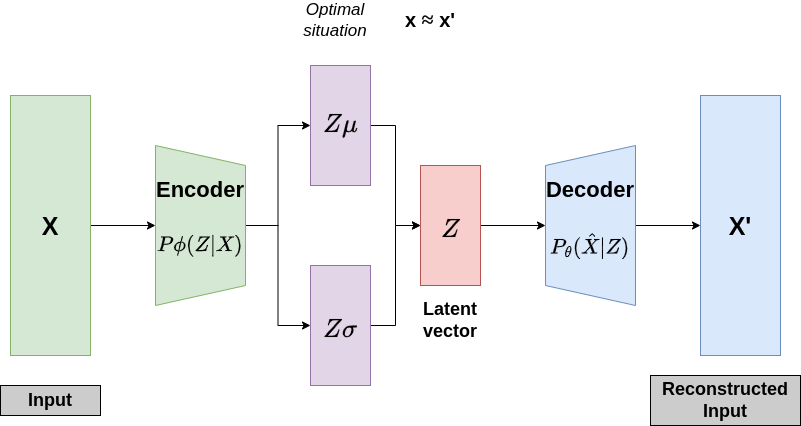
Earlier version of the draw.io export figures/vae.png (Jafagervik/master-thesis). Source tidied: cells renumbered, new cells last; positions are measured from the earlier drawing's top-left corner, leaving out a move shared by most shapes.
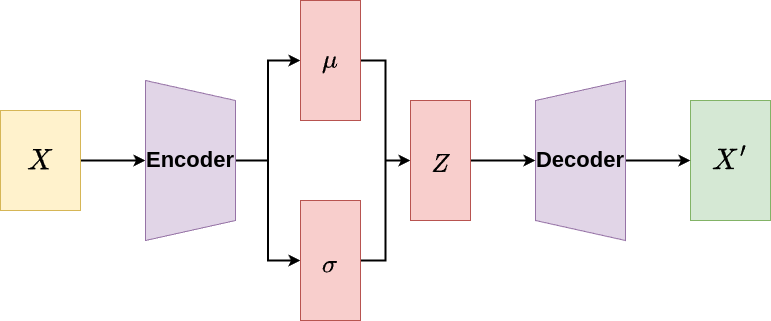
After the change.

What changed in the source:
```diff
@@ -2,83 +2,62 @@
   <root>
     <mxCell id="0" />
     <mxCell id="1" parent="0" />
-    <mxCell id="2" style="edgeStyle=orthogonalEdgeStyle;rounded=0;jettySize=auto;html=1;entryX=0.5;entryY=1;entryDx=0;entryDy=0;" parent="1" edge="1" source="3" target="8">
+    <mxCell id="2" style="edgeStyle=orthogonalEdgeStyle;rounded=0;jettySize=auto;html=1;entryX=0.5;entryY=1;entryDx=0;entryDy=0;strokeWidth=2;" parent="1" edge="1" source="3" target="8">
       <mxGeometry relative="1" as="geometry" />
     </mxCell>
-    <mxCell id="3" value="&lt;font style=&quot;font-size: 25px;&quot;&gt;&lt;b&gt;X&lt;/b&gt;&lt;/font&gt;" style="rounded=0;whiteSpace=wrap;html=1;fillColor=#d5e8d4;strokeColor=#82b366;" parent="1" vertex="1">
-      <mxGeometry x="10" y="90" width="80" height="260" as="geometry" />
+    <mxCell id="3" value="&lt;font style=&quot;font-size: 25px;&quot;&gt;&lt;b&gt;$$X$$&lt;/b&gt;&lt;/font&gt;" style="rounded=0;whiteSpace=wrap;html=1;fillColor=#fff2cc;strokeColor=#d6b656;" parent="1" vertex="1">
+      <mxGeometry x="10" y="170" width="80" height="100" as="geometry" />
     </mxCell>
-    <mxCell id="4" value="&lt;font style=&quot;font-size: 25px;&quot;&gt;&lt;b&gt;X'&lt;/b&gt;&lt;/font&gt;" style="rounded=0;whiteSpace=wrap;html=1;fillColor=#dae8fc;strokeColor=#6c8ebf;" parent="1" vertex="1">
-      <mxGeometry x="700" y="90" width="80" height="260" as="geometry" />
+    <mxCell id="4" value="&lt;font style=&quot;font-size: 25px;&quot;&gt;&lt;b&gt;$$X'$$&lt;/b&gt;&lt;/font&gt;" style="rounded=0;whiteSpace=wrap;html=1;fillColor=#d5e8d4;strokeColor=#82b366;" parent="1" vertex="1">
+      <mxGeometry x="700" y="160" width="80" height="120" as="geometry" />
     </mxCell>
-    <mxCell id="5" value="&lt;font style=&quot;&quot;&gt;&lt;b style=&quot;&quot;&gt;&lt;span style=&quot;font-size: 20px;&quot;&gt;x&amp;nbsp;&lt;/span&gt;&lt;span style=&quot;margin: 0px; padding: 0px; border: 0px; font-variant-numeric: inherit; font-variant-east-asian: inherit; font-variant-alternates: inherit; font-variant-position: inherit; font-stretch: inherit; line-height: inherit; font-family: Georgia, Cambria, &amp;quot;Times New Roman&amp;quot;, Times, serif; font-optical-sizing: inherit; font-kerning: inherit; font-feature-settings: inherit; font-variation-settings: inherit; vertical-align: baseline; box-sizing: inherit; --theme-base-primary-color-h: 209.18918919; --theme-base-primary-color-s: 71.15384615%; --theme-base-primary-color-l: 20.39215686%; --theme-primary-custom-100: hsl(var(--theme-base-primary-color-h), var(--theme-base-primary-color-s), calc(var(--theme-base-primary-color-l) + ((100% - var(--theme-base-primary-color-l)) * .9))); --theme-primary-custom-200: hsl(var(--theme-base-primary-color-h), var(--theme-base-primary-color-s), calc(var(--theme-base-primary-color-l) + ((100% - var(--theme-base-primary-color-l)) * .75))); --theme-primary-custom-300: hsl(var(--theme-base-primary-color-h), var(--theme-base-primary-color-s), calc(var(--theme-base-primary-color-l) + ((100% - var(--theme-base-primary-color-l)) * .5))); --theme-primary-custom-400: hsl(var(--theme-base-primary-color-h), var(--theme-base-primary-color-s), var(--theme-base-primary-color-l)); --theme-primary-custom-500: hsl(var(--theme-base-primary-color-h), var(--theme-base-primary-color-s), calc(var(--theme-base-primary-color-l) + (var(--theme-base-primary-color-l) * -.3))); --theme-primary-custom-600: hsl(var(--theme-base-primary-color-h), var(--theme-base-primary-color-s), calc(var(--theme-base-primary-color-l) + (var(--theme-base-primary-color-l) * -.6))); --theme-primary-custom: var(--theme-primary-custom-400); --theme-button-color: var(--theme-primary); --theme-button-hover-color: var(--theme-primary-400); --theme-button-hover-background-color: var(--theme-primary-100); --theme-button-active-background-color: var(--theme-primary-200); --theme-button-selected-color: var(--theme-primary-600); --theme-button-selected-background-color: var(--theme-primary-300); --theme-button-outlined-border-color: var(--theme-primary-400); --theme-button-outlined-selected-border-color: var(--theme-primary-500); --theme-button-primary-color: var(--white); --theme-button-primary-active-color: var(--white); --theme-button-primary-hover-color: var(--white); --theme-button-primary-selected-color: var(--white); --theme-button-primary-background-color: var(--theme-primary-400); --theme-button-primary-active-background-color: var(--theme-primary-600); --theme-button-primary-hover-background-color: var(--theme-primary-500); --theme-button-primary-selected-background-color: var(--theme-primary-600); --theme-background-color: var(--white); --theme-background-position: top left; --theme-background-repeat: repeat; --theme-background-size: auto; --theme-background-attachment: auto; --theme-content-background-color: var(--white); --theme-content-border-color: hsl(210,8%,90%); --theme-header-background-color: transparent; --theme-header-background-position: center left; --theme-header-background-repeat: repeat; --theme-header-background-size: auto; --theme-header-background-border-bottom: 0; --theme-header-link-color: #3F5681; --theme-header-sponsored-color: hsla(0,0%,100%,0.4); --theme-header-foreground-color: transparent; --theme-header-foreground-position: bottom right; --theme-header-foreground-repeat: no-repeat; --theme-header-foreground-size: auto; --theme-footer-background-color: transparent; --theme-footer-background-position: top left; --theme-footer-background-repeat: no-repeat; --theme-footer-background-size: auto; --theme-footer-background-border-top: 0; --theme-footer-title-color: var(--black); --theme-footer-text-color: var(--black-300); --theme-footer-link-color: var(--blue-500); --theme-footer-link-color-hover: var(--blue-500); --theme-footer-divider-color: var(--black-225); --theme-footer-padding-top: 0; --theme-footer-padding-bottom: 0; --theme-link-color: #569CD2; --theme-link-color-hover: #367AD3; --theme-link-color-visited: rgba(86,156,210,0.8); --theme-tag-color: var(--theme-secondary-500); --theme-tag-background-color: var(--theme-secondary-100); --theme-tag-border-color: transparent; --theme-tag-hover-color: var(--theme-secondary-600); --theme-tag-hover-background-color: var(--theme-secondary-200); --theme-tag-hover-border-color: transparent; --theme-tag-required-color: var(--white); --theme-tag-required-background-color: var(--theme-secondary-500); --theme-tag-required-border-color: transparent; --theme-tag-required-hover-color: var(--white); --theme-tag-required-hover-background-color: var(--theme-secondary-400); --theme-tag-required-hover-border-color: transparent; --theme-body-font-family: var(--ff-sans); --theme-body-font-color: var(--black-600); --theme-post-title-font-family: var(--ff-serif); --theme-post-title-color: #0F3559; --theme-post-title-color-hover: var(--theme-link-color-hover); --theme-post-title-color-visited: var(--theme-link-color-visited); --theme-post-body-font-family: var(--ff-serif); --theme-post-owner-background-color: var(--theme-primary-100); --theme-post-owner-new-background-color: var(--theme-primary-200); --theme-topbar-bottom-border: none; color: rgb(12, 13, 14); text-align: left; background-color: rgb(255, 255, 255);&quot;&gt;&lt;font style=&quot;font-size: 22px;&quot;&gt;≈&lt;/font&gt;&lt;/span&gt;&lt;span style=&quot;font-size: 20px;&quot;&gt;&amp;nbsp;x'&lt;/span&gt;&lt;/b&gt;&lt;/font&gt;" style="text;html=1;align=center;verticalAlign=middle;whiteSpace=wrap;rounded=0;" parent="1" vertex="1">
-      <mxGeometry x="400" width="60" height="30" as="geometry" />
-    </mxCell>
-    <mxCell id="6" style="edgeStyle=orthogonalEdgeStyle;rounded=0;jettySize=auto;html=1;entryX=0.5;entryY=0;entryDx=0;entryDy=0;" parent="1" edge="1" source="8" target="14">
+    <mxCell id="6" style="edgeStyle=orthogonalEdgeStyle;rounded=0;jettySize=auto;html=1;entryX=0.5;entryY=0;entryDx=0;entryDy=0;strokeWidth=2;" parent="1" edge="1" source="8" target="14">
       <mxGeometry relative="1" as="geometry" />
     </mxCell>
-    <mxCell id="7" style="edgeStyle=orthogonalEdgeStyle;rounded=0;jettySize=auto;html=1;entryX=0.5;entryY=0;entryDx=0;entryDy=0;" parent="1" edge="1" source="8" target="18">
+    <mxCell id="7" style="edgeStyle=orthogonalEdgeStyle;rounded=0;jettySize=auto;html=1;entryX=0.5;entryY=0;entryDx=0;entryDy=0;strokeWidth=2;" parent="1" edge="1" source="8" target="18">
       <mxGeometry relative="1" as="geometry" />
     </mxCell>
-    <mxCell id="8" style="shape=trapezoid;perimeter=trapezoidPerimeter;whiteSpace=wrap;html=1;fixedSize=1;rotation=90;fillColor=#d5e8d4;strokeColor=#82b366;" parent="1" vertex="1">
+    <mxCell id="8" style="shape=trapezoid;perimeter=trapezoidPerimeter;whiteSpace=wrap;html=1;fixedSize=1;rotation=90;fillColor=#e1d5e7;strokeColor=#9673a6;" parent="1" vertex="1">
       <mxGeometry x="120" y="175" width="160" height="90" as="geometry" />
     </mxCell>
-    <mxCell id="9" value="&lt;font style=&quot;font-size: 18px;&quot;&gt;&lt;b&gt;Input&lt;/b&gt;&lt;/font&gt;" style="rounded=0;whiteSpace=wrap;html=1;fillColor=#CCCCCC;" parent="1" vertex="1">
-      <mxGeometry y="380" width="100" height="30" as="geometry" />
-    </mxCell>
-    <mxCell id="10" value="&lt;font style=&quot;font-size: 18px;&quot;&gt;&lt;b&gt;Reconstructed Input&lt;/b&gt;&lt;/font&gt;" style="rounded=0;whiteSpace=wrap;html=1;fillColor=#CCCCCC;" parent="1" vertex="1">
-      <mxGeometry x="650" y="370" width="150" height="50" as="geometry" />
-    </mxCell>
-    <mxCell id="11" value="&lt;i&gt;&lt;font style=&quot;font-size: 17px;&quot;&gt;Optimal situation&lt;/font&gt;&lt;/i&gt;" style="text;html=1;align=center;verticalAlign=middle;whiteSpace=wrap;rounded=0;" parent="1" vertex="1">
-      <mxGeometry x="280" width="110" height="30" as="geometry" />
-    </mxCell>
     <mxCell id="12" value="&lt;font size=&quot;1&quot; style=&quot;&quot;&gt;&lt;b style=&quot;font-size: 22px;&quot;&gt;Encoder&lt;/b&gt;&lt;/font&gt;" style="text;html=1;align=center;verticalAlign=middle;whiteSpace=wrap;rounded=0;" parent="1" vertex="1">
-      <mxGeometry x="145" y="160" width="110" height="50" as="geometry" />
+      <mxGeometry x="145" y="195" width="110" height="50" as="geometry" />
     </mxCell>
-    <mxCell id="13" style="edgeStyle=orthogonalEdgeStyle;rounded=0;jettySize=auto;html=1;entryX=0.5;entryY=0;entryDx=0;entryDy=0;" parent="1" edge="1" source="14" target="20">
+    <mxCell id="13" style="edgeStyle=orthogonalEdgeStyle;rounded=0;jettySize=auto;html=1;entryX=0.5;entryY=0;entryDx=0;entryDy=0;strokeWidth=2;" parent="1" edge="1" source="14" target="20">
       <mxGeometry relative="1" as="geometry" />
     </mxCell>
-    <mxCell id="14" style="rounded=0;whiteSpace=wrap;html=1;rotation=-90;fillColor=#e1d5e7;strokeColor=#9673a6;" parent="1" vertex="1">
+    <mxCell id="14" style="rounded=0;whiteSpace=wrap;html=1;rotation=-90;fillColor=#f8cecc;strokeColor=#b85450;" parent="1" vertex="1">
       <mxGeometry x="280" y="90" width="120" height="60" as="geometry" />
     </mxCell>
-    <mxCell id="15" style="edgeStyle=orthogonalEdgeStyle;rounded=0;jettySize=auto;html=1;" parent="1" edge="1" source="16" target="4">
+    <mxCell id="15" style="edgeStyle=orthogonalEdgeStyle;rounded=0;jettySize=auto;html=1;strokeWidth=2;" parent="1" edge="1" source="16" target="4">
       <mxGeometry relative="1" as="geometry" />
     </mxCell>
-    <mxCell id="16" style="shape=trapezoid;perimeter=trapezoidPerimeter;whiteSpace=wrap;html=1;fixedSize=1;rotation=-90;fillColor=#dae8fc;strokeColor=#6c8ebf;" parent="1" vertex="1">
+    <mxCell id="16" style="shape=trapezoid;perimeter=trapezoidPerimeter;whiteSpace=wrap;html=1;fixedSize=1;rotation=-90;fillColor=#e1d5e7;strokeColor=#9673a6;" parent="1" vertex="1">
       <mxGeometry x="510" y="175" width="160" height="90" as="geometry" />
     </mxCell>
-    <mxCell id="17" style="edgeStyle=orthogonalEdgeStyle;rounded=0;jettySize=auto;html=1;entryX=0.5;entryY=0;entryDx=0;entryDy=0;" parent="1" edge="1" source="18" target="20">
+    <mxCell id="17" style="edgeStyle=orthogonalEdgeStyle;rounded=0;jettySize=auto;html=1;entryX=0.5;entryY=0;entryDx=0;entryDy=0;strokeWidth=2;" parent="1" edge="1" source="18" target="20">
       <mxGeometry relative="1" as="geometry" />
     </mxCell>
-    <mxCell id="18" style="rounded=0;whiteSpace=wrap;html=1;rotation=-90;fillColor=#e1d5e7;strokeColor=#9673a6;" parent="1" vertex="1">
+    <mxCell id="18" style="rounded=0;whiteSpace=wrap;html=1;rotation=-90;fillColor=#f8cecc;strokeColor=#b85450;" parent="1" vertex="1">
       <mxGeometry x="280" y="290" width="120" height="60" as="geometry" />
     </mxCell>
-    <mxCell id="19" style="edgeStyle=orthogonalEdgeStyle;rounded=0;jettySize=auto;html=1;entryX=0.5;entryY=0;entryDx=0;entryDy=0;" parent="1" edge="1" source="20" target="16">
+    <mxCell id="19" style="edgeStyle=orthogonalEdgeStyle;rounded=0;jettySize=auto;html=1;entryX=0.5;entryY=0;entryDx=0;entryDy=0;strokeWidth=2;" parent="1" edge="1" source="20" target="16">
       <mxGeometry relative="1" as="geometry" />
     </mxCell>
     <mxCell id="20" style="rounded=0;whiteSpace=wrap;html=1;rotation=-90;fillColor=#f8cecc;strokeColor=#b85450;" parent="1" vertex="1">
       <mxGeometry x="390" y="190" width="120" height="60" as="geometry" />
     </mxCell>
     <mxCell id="21" value="&lt;font size=&quot;1&quot; style=&quot;&quot;&gt;&lt;b style=&quot;font-size: 22px;&quot;&gt;Decoder&lt;/b&gt;&lt;/font&gt;" style="text;html=1;align=center;verticalAlign=middle;whiteSpace=wrap;rounded=0;" parent="1" vertex="1">
-      <mxGeometry x="535" y="160" width="110" height="50" as="geometry" />
+      <mxGeometry x="535" y="195" width="110" height="50" as="geometry" />
     </mxCell>
-    <mxCell id="22" value="&lt;b style=&quot;&quot;&gt;&lt;font style=&quot;font-size: 18px;&quot;&gt;Latent vector&lt;/font&gt;&lt;/b&gt;" style="text;html=1;align=center;verticalAlign=middle;whiteSpace=wrap;rounded=0;" parent="1" vertex="1">
-      <mxGeometry x="395" y="290" width="110" height="50" as="geometry" />
-    </mxCell>
-    <mxCell id="23" value="&lt;span style=&quot;font-size: 22px;&quot;&gt;&lt;b&gt;$$Z\mu$$&lt;/b&gt;&lt;/span&gt;" style="text;html=1;align=center;verticalAlign=middle;whiteSpace=wrap;rounded=0;" parent="1" vertex="1">
+    <mxCell id="23" value="&lt;span style=&quot;font-size: 22px;&quot;&gt;&lt;b&gt;$$\mu$$&lt;/b&gt;&lt;/span&gt;" style="text;html=1;align=center;verticalAlign=middle;whiteSpace=wrap;rounded=0;" parent="1" vertex="1">
       <mxGeometry x="285" y="95" width="110" height="50" as="geometry" />
     </mxCell>
-    <mxCell id="24" value="&lt;span style=&quot;font-size: 22px;&quot;&gt;&lt;b&gt;$$Z\sigma$$&lt;/b&gt;&lt;/span&gt;" style="text;html=1;align=center;verticalAlign=middle;whiteSpace=wrap;rounded=0;" parent="1" vertex="1">
+    <mxCell id="24" value="&lt;span style=&quot;font-size: 22px;&quot;&gt;&lt;b&gt;$$\sigma$$&lt;/b&gt;&lt;/span&gt;" style="text;html=1;align=center;verticalAlign=middle;whiteSpace=wrap;rounded=0;" parent="1" vertex="1">
       <mxGeometry x="285" y="300" width="110" height="50" as="geometry" />
     </mxCell>
     <mxCell id="25" value="&lt;span style=&quot;font-size: 22px;&quot;&gt;&lt;b&gt;$$Z$$&lt;/b&gt;&lt;/span&gt;" style="text;html=1;align=center;verticalAlign=middle;whiteSpace=wrap;rounded=0;" parent="1" vertex="1">
       <mxGeometry x="395" y="200" width="110" height="50" as="geometry" />
     </mxCell>
-    <mxCell id="26" value="&lt;b style=&quot;&quot;&gt;&lt;font style=&quot;font-size: 18px;&quot;&gt;$$P\phi(Z|X)$$&lt;/font&gt;&lt;/b&gt;" style="text;html=1;align=center;verticalAlign=middle;whiteSpace=wrap;rounded=0;" parent="1" vertex="1">
-      <mxGeometry x="145" y="215" width="110" height="50" as="geometry" />
-    </mxCell>
-    <mxCell id="27" value="&lt;b style=&quot;&quot;&gt;&lt;font style=&quot;font-size: 18px;&quot;&gt;$$P_\theta(\hat{X}|Z)$$&lt;/font&gt;&lt;/b&gt;" style="text;html=1;align=center;verticalAlign=middle;whiteSpace=wrap;rounded=0;" parent="1" vertex="1">
-      <mxGeometry x="535" y="215" width="110" height="50" as="geometry" />
-    </mxCell>
   </root>
 </mxGraphModel>
```
